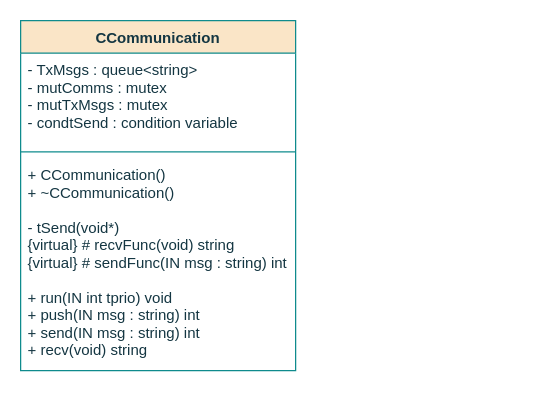
This is page "CComunication" (1 of 7) of documentation/flowcharts/Classes/CCommunication.drawio from ESRGgroup9/slipad, a draw.io file, before an edit. Source tidied: cells renumbered, new cells numbered last; positions are measured from the earlier drawing's top-left corner, leaving out a move shared by most shapes. Both pictures are drawn from the tidied source at 125%, with x=0, y=0 at pixel (20, 20).
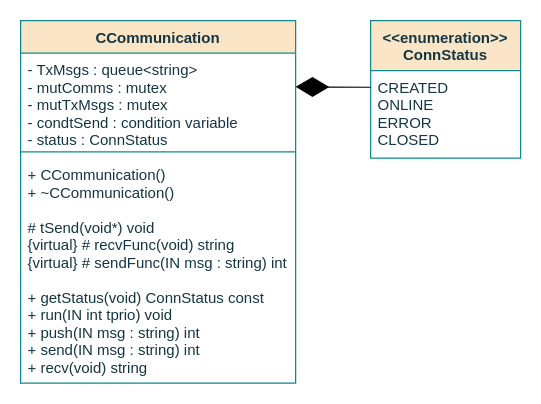
Above is the later version.

What changed in the source:
```diff
@@
 <mxGraphModel>
   <root>
     <mxCell id="0" />
     <mxCell id="1" parent="0" />
     <mxCell id="2" value="CCommunication" style="swimlane;fontStyle=1;align=center;verticalAlign=top;horizontal=1;startSize=26;fillColor=#FAE5C7;strokeColor=#0F8B8D;fontColor=#143642;" parent="1" vertex="1">
-      <mxGeometry width="220" height="280" as="geometry" />
+      <mxGeometry width="220" height="290" as="geometry" />
     </mxCell>
-    <mxCell id="3" value="- TxMsgs : queue&lt;string&gt;&#10;-  mutComms : mutex&#10;-  mutTxMsgs : mutex&#10;- condtSend : condition variable&#10;&#10;&#10;&#10;&#10;&#10;" style="text;strokeColor=none;fillColor=none;align=left;verticalAlign=top;spacingLeft=4;spacingRight=4;overflow=hidden;fontColor=#143642;" parent="2" vertex="1">
+    <mxCell id="3" value="- TxMsgs : queue&lt;string&gt;&#10;-  mutComms : mutex&#10;-  mutTxMsgs : mutex&#10;- condtSend : condition variable&#10;- status : ConnStatus&#10;&#10;&#10;&#10;&#10;&#10;&#10;" style="text;strokeColor=none;fillColor=none;align=left;verticalAlign=top;spacingLeft=4;spacingRight=4;overflow=hidden;fontColor=#143642;" parent="2" vertex="1">
       <mxGeometry y="26" width="220" height="74" as="geometry" />
     </mxCell>
     <mxCell id="4" style="line;strokeWidth=1;fillColor=none;align=left;verticalAlign=middle;spacingTop=-1;spacingLeft=3;spacingRight=3;labelPosition=right;labelBackgroundColor=#DAD2D8;strokeColor=#0F8B8D;fontColor=#143642;" parent="2" vertex="1">
       <mxGeometry y="100" width="220" height="10" as="geometry" />
     </mxCell>
-    <mxCell id="5" value="+ CCommunication()&#10;+ ~CCommunication()&#10;&#10;- tSend(void*) &#10;{virtual} # recvFunc(void) string&#10;{virtual} # sendFunc(IN msg : string) int&#10;&#10;+ run(IN int tprio) void&#10;+ push(IN msg : string) int&#10;+ send(IN msg : string) int&#10;+ recv(void) string&#10;" style="text;strokeColor=none;fillColor=none;align=left;verticalAlign=top;spacingLeft=4;spacingRight=4;overflow=hidden;fontColor=#143642;" parent="2" vertex="1">
-      <mxGeometry y="110" width="220" height="170" as="geometry" />
+    <mxCell id="5" value="+ CCommunication()&#10;+ ~CCommunication()&#10;&#10;# tSend(void*) void&#10;{virtual} # recvFunc(void) string&#10;{virtual} # sendFunc(IN msg : string) int&#10;&#10;+ getStatus(void) ConnStatus const&#10;+ run(IN int tprio) void&#10;+ push(IN msg : string) int&#10;+ send(IN msg : string) int&#10;+ recv(void) string&#10;" style="text;strokeColor=none;fillColor=none;align=left;verticalAlign=top;spacingLeft=4;spacingRight=4;overflow=hidden;fontColor=#143642;" parent="2" vertex="1">
+      <mxGeometry y="110" width="220" height="180" as="geometry" />
     </mxCell>
+    <mxCell id="6" value="&lt;&lt;enumeration&gt;&gt;&#10;ConnStatus&#10;" style="swimlane;fontStyle=1;align=center;verticalAlign=top;horizontal=1;startSize=40;fillColor=#FAE5C7;strokeColor=#0F8B8D;fontColor=#143642;" parent="1" vertex="1">
+      <mxGeometry x="280" width="120" height="110" as="geometry" />
+    </mxCell>
+    <mxCell id="7" value="CREATED&#10;ONLINE&#10;ERROR&#10;CLOSED&#10;" style="text;strokeColor=none;fillColor=none;align=left;verticalAlign=top;spacingLeft=4;spacingRight=4;overflow=hidden;points=[[0,0.5],[1,0.5]];portConstraint=eastwest;fontColor=#143642;" parent="6" vertex="1">
+      <mxGeometry y="40" width="120" height="70" as="geometry" />
+    </mxCell>
+    <mxCell id="8" style="endArrow=diamondThin;endFill=1;endSize=24;html=1;rounded=0;exitX=0.001;exitY=0.19;exitDx=0;exitDy=0;exitPerimeter=0;" parent="1" edge="1" source="7">
+      <mxGeometry relative="1" as="geometry">
+        <mxPoint x="220" y="53" as="targetPoint" />
+        <Array as="points">
+          <mxPoint x="220" y="53" />
+        </Array>
+      </mxGeometry>
+    </mxCell>
   </root>
 </mxGraphModel>
```
